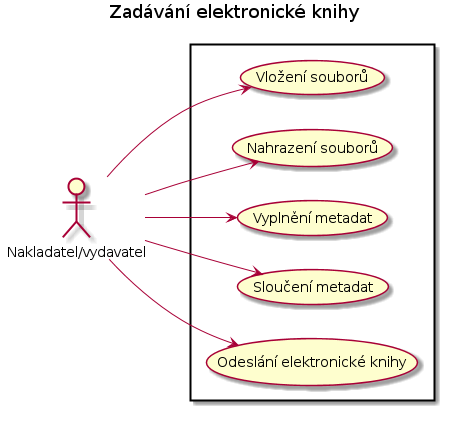
Above: docs/uc03.png in edeposit/edeposit.policy (PlantUML), before the change. The source it was exported from:
```plantuml
@startuml
left to right direction
title Zadávání elektronické knihy
skinparam packageStyle rect

actor :Nakladatel/vydavatel:

rectangle  {
	   :Nakladatel/vydavatel: --> (Vlo?ení soubor?)
	   :Nakladatel/vydavatel: --> (Nahrazení soubor?)
	   :Nakladatel/vydavatel: --> (Vypln?ní metadat)
	   :Nakladatel/vydavatel: --> (Slou?ení metadat)
	   :Nakladatel/vydavatel: --> (Odeslání elektronické knihy)
}
@enduml
```
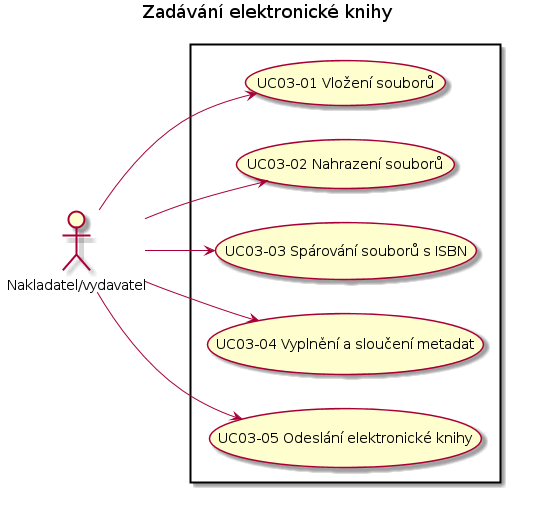
Above is the later version.

The edit, as a diff of the source:
```diff
@@ -6,10 +6,10 @@
 actor :Nakladatel/vydavatel:
 
 rectangle  {
-	   :Nakladatel/vydavatel: --> (Vlo?ení soubor?)
-	   :Nakladatel/vydavatel: --> (Nahrazení soubor?)
-	   :Nakladatel/vydavatel: --> (Vypln?ní metadat)
-	   :Nakladatel/vydavatel: --> (Slou?ení metadat)
-	   :Nakladatel/vydavatel: --> (Odeslání elektronické knihy)
+	   :Nakladatel/vydavatel: --> (UC03-01 Vlo?ení soubor?)
+	   :Nakladatel/vydavatel: --> (UC03-02 Nahrazení soubor?)
+	   :Nakladatel/vydavatel: --> (UC03-03 Spárování soubor? s ISBN)
+	   :Nakladatel/vydavatel: --> (UC03-04 Vypln?ní a slou?ení metadat)
+	   :Nakladatel/vydavatel: --> (UC03-05 Odeslání elektronické knihy)
 }
 @enduml
```
